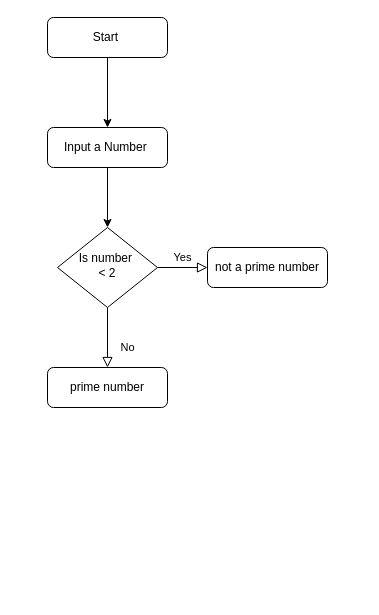
The draw.io diagram Untitled Diagram.drawio in Asandeshh/Asandeshh, before the edit. Source tidied: cells renumbered, new cells numbered last; positions are measured from the earlier drawing's top-left corner, leaving out a move shared by most shapes. Both pictures are drawn from the tidied source at 100%, with x=0, y=0 at pixel (47, 17).
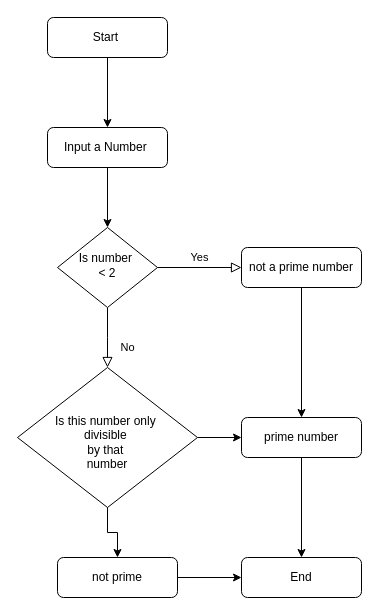
Above is the later version.

Diff of the diagram source:
```diff
@@
 <mxGraphModel>
   <root>
     <mxCell id="0" />
     <mxCell id="1" parent="0" />
     <mxCell id="2" value="Start&amp;nbsp;" style="rounded=1;whiteSpace=wrap;html=1;fontSize=12;glass=0;strokeWidth=1;shadow=0;" parent="1" vertex="1">
       <mxGeometry width="120" height="40" as="geometry" />
     </mxCell>
     <mxCell id="3" style="edgeStyle=orthogonalEdgeStyle;rounded=0;jettySize=auto;html=1;" parent="1" edge="1" source="4" target="7">
       <mxGeometry relative="1" as="geometry" />
     </mxCell>
     <mxCell id="4" value="Input a Number&amp;nbsp;" style="rounded=1;whiteSpace=wrap;html=1;fontSize=12;glass=0;strokeWidth=1;shadow=0;" parent="1" vertex="1">
       <mxGeometry y="110" width="120" height="40" as="geometry" />
     </mxCell>
-    <mxCell id="5" value="No" style="rounded=0;html=1;jettySize=auto;fontSize=11;endArrow=block;endFill=0;endSize=8;strokeWidth=1;shadow=0;labelBackgroundColor=none;edgeStyle=orthogonalEdgeStyle;" parent="1" edge="1" source="7" target="8">
-      <mxGeometry x="0.33" y="20" relative="1" as="geometry" />
+    <mxCell id="5" value="No" style="rounded=0;html=1;jettySize=auto;fontSize=11;endArrow=block;endFill=0;endSize=8;strokeWidth=1;shadow=0;labelBackgroundColor=none;edgeStyle=orthogonalEdgeStyle;" parent="1" edge="1" source="7">
+      <mxGeometry x="0.33" y="20" relative="1" as="geometry">
+        <mxPoint x="60" y="350" as="targetPoint" />
+      </mxGeometry>
     </mxCell>
     <mxCell id="6" value="Yes" style="edgeStyle=orthogonalEdgeStyle;rounded=0;html=1;jettySize=auto;fontSize=11;endArrow=block;endFill=0;endSize=8;strokeWidth=1;shadow=0;labelBackgroundColor=none;" parent="1" edge="1" source="7" target="9">
       <mxGeometry y="10" relative="1" as="geometry" />
     </mxCell>
     <mxCell id="7" value="Is number&amp;nbsp;&lt;div&gt;&amp;lt; 2&lt;/div&gt;" style="rhombus;whiteSpace=wrap;html=1;shadow=0;fontFamily=Helvetica;fontSize=12;align=center;strokeWidth=1;spacing=6;spacingTop=-4;" parent="1" vertex="1">
       <mxGeometry x="10" y="210" width="100" height="80" as="geometry" />
     </mxCell>
-    <mxCell id="8" value="prime number" style="rounded=1;whiteSpace=wrap;html=1;fontSize=12;glass=0;strokeWidth=1;shadow=0;" parent="1" vertex="1">
-      <mxGeometry y="350" width="120" height="40" as="geometry" />
-    </mxCell>
+    <mxCell id="11" style="edgeStyle=orthogonalEdgeStyle;rounded=0;jettySize=auto;html=1;" parent="1" edge="1" source="9" target="8">
+      <mxGeometry relative="1" as="geometry" />
+    </mxCell>
     <mxCell id="9" value="not a prime number" style="rounded=1;whiteSpace=wrap;html=1;fontSize=12;glass=0;strokeWidth=1;shadow=0;" parent="1" vertex="1">
-      <mxGeometry x="160" y="230" width="120" height="40" as="geometry" />
+      <mxGeometry x="194" y="230" width="120" height="40" as="geometry" />
     </mxCell>
     <mxCell id="10" style="endArrow=classic;html=1;rounded=0;exitX=0.5;exitY=1;exitDx=0;exitDy=0;entryX=0.5;entryY=0;entryDx=0;entryDy=0;" parent="1" edge="1" source="2" target="4">
       <mxGeometry relative="1" as="geometry" />
     </mxCell>
+    <mxCell id="12" style="edgeStyle=orthogonalEdgeStyle;rounded=0;jettySize=auto;html=1;" parent="1" edge="1" source="14" target="17">
+      <mxGeometry relative="1" as="geometry" />
+    </mxCell>
+    <mxCell id="13" style="edgeStyle=orthogonalEdgeStyle;rounded=0;jettySize=auto;html=1;" parent="1" edge="1" source="14" target="8">
+      <mxGeometry relative="1" as="geometry" />
+    </mxCell>
+    <mxCell id="14" value="&lt;div&gt;&lt;br&gt;&lt;/div&gt;Is this number only&amp;nbsp;&lt;div&gt;divisible&amp;nbsp;&lt;div&gt;by that&amp;nbsp;&lt;/div&gt;&lt;/div&gt;&lt;div&gt;number&lt;/div&gt;" style="rhombus;whiteSpace=wrap;html=1;shadow=0;fontFamily=Helvetica;fontSize=12;align=center;strokeWidth=1;spacing=6;spacingTop=-4;" parent="1" vertex="1">
+      <mxGeometry x="-30" y="350" width="180" height="140" as="geometry" />
+    </mxCell>
+    <mxCell id="15" style="edgeStyle=orthogonalEdgeStyle;rounded=0;jettySize=auto;html=1;" parent="1" edge="1" source="8" target="18">
+      <mxGeometry relative="1" as="geometry" />
+    </mxCell>
+    <mxCell id="8" value="prime number" style="rounded=1;whiteSpace=wrap;html=1;fontSize=12;glass=0;strokeWidth=1;shadow=0;" parent="1" vertex="1">
+      <mxGeometry x="194" y="400" width="120" height="40" as="geometry" />
+    </mxCell>
+    <mxCell id="16" style="edgeStyle=orthogonalEdgeStyle;rounded=0;jettySize=auto;html=1;" parent="1" edge="1" source="17" target="18">
+      <mxGeometry relative="1" as="geometry" />
+    </mxCell>
+    <mxCell id="17" value="not prime" style="rounded=1;whiteSpace=wrap;html=1;fontSize=12;glass=0;strokeWidth=1;shadow=0;" parent="1" vertex="1">
+      <mxGeometry x="10" y="540" width="120" height="40" as="geometry" />
+    </mxCell>
+    <mxCell id="18" value="End" style="rounded=1;whiteSpace=wrap;html=1;fontSize=12;glass=0;strokeWidth=1;shadow=0;" parent="1" vertex="1">
+      <mxGeometry x="194" y="540" width="120" height="40" as="geometry" />
+    </mxCell>
   </root>
 </mxGraphModel>
```
